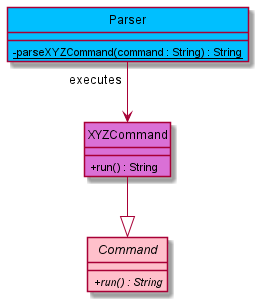
Earlier version of the PlantUML export docs/images/ParserDiagram.png (nus-cs2113-AY2122S1/tp).
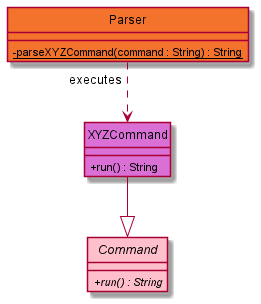
The same file after the commit.

Change to the diagram source:
```diff
@@ -6,7 +6,7 @@
 + {abstract} run() : String
 }
 
-class Parser #deepSkyBlue {
+class Parser #F3722C {
 - {static} parseXYZCommand(command : String) : String
 }
 
@@ -15,6 +15,6 @@
 }
 
 XYZCommand --|> Command
-Parser "executes" --> XYZCommand
+Parser "executes" ..> XYZCommand
 
 @enduml
```
